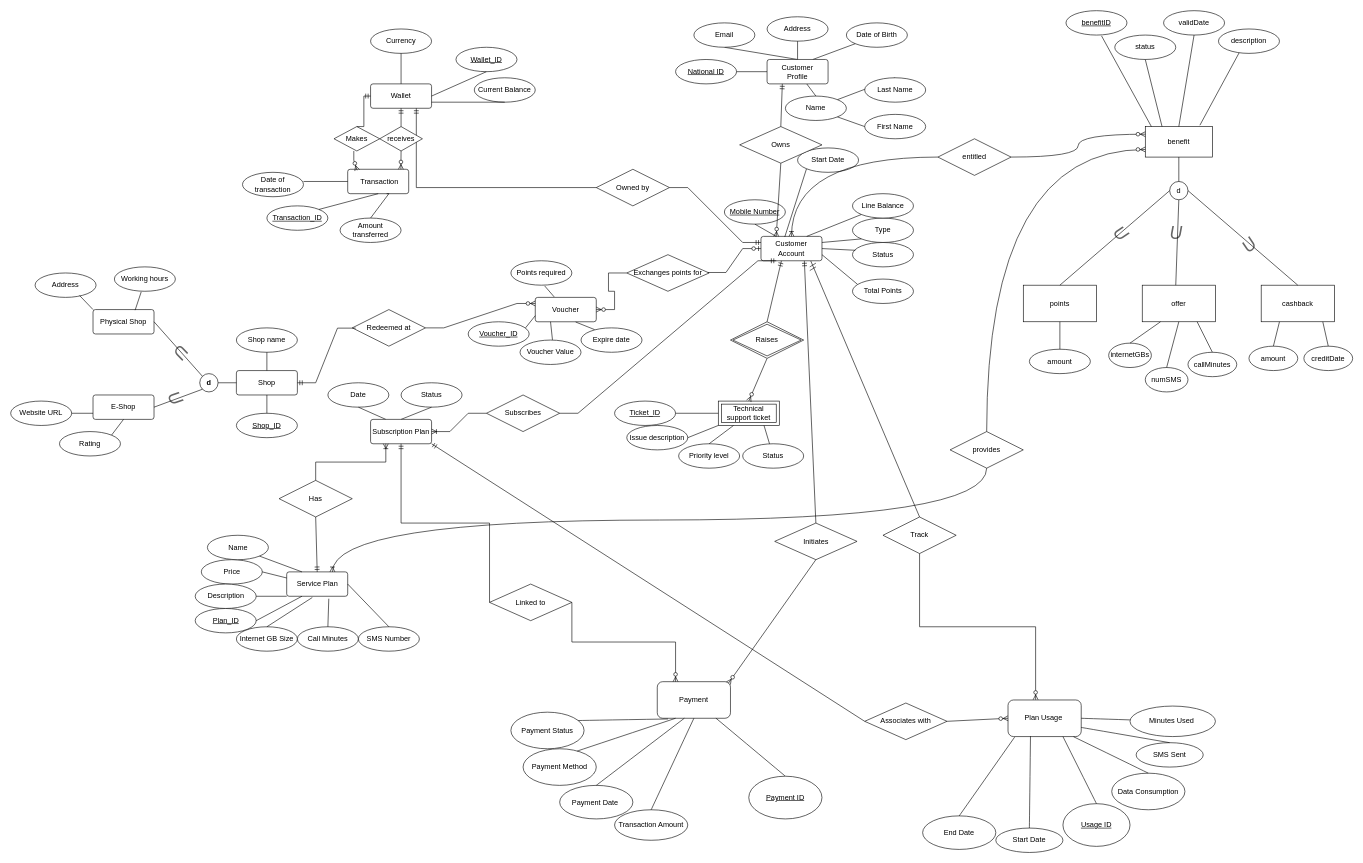
Above: mainERD.drawio in itsfadymate/Customer-Data-Management-System (draw.io), before the change. Source tidied: cells renumbered, new cells numbered last; positions are measured from the earlier drawing's top-left corner, leaving out a move shared by most shapes. Both pictures are drawn from the tidied source at 61%, with x=0, y=0 at pixel (10, 10).
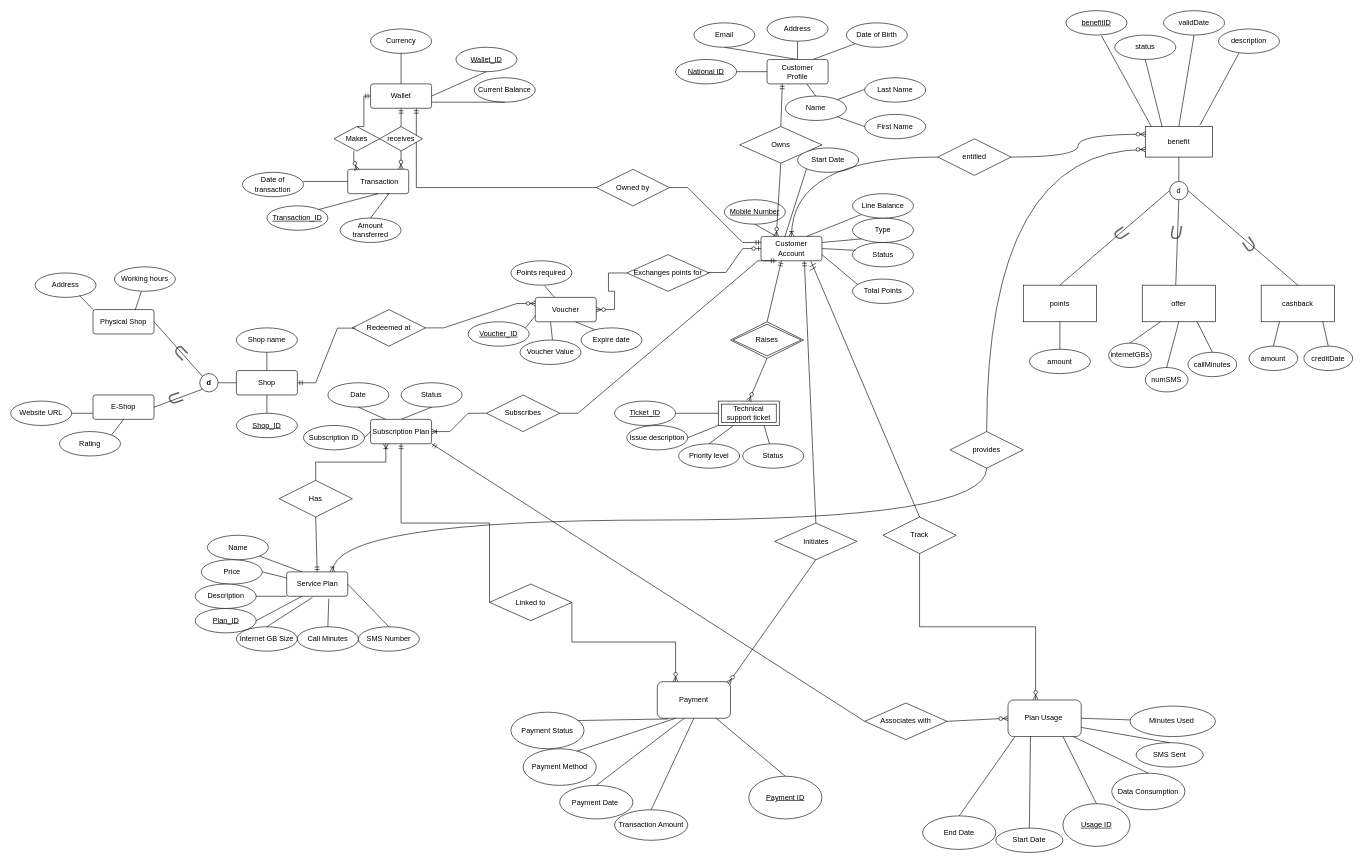
After the change.

Commit message:
added primary key for sub. plan

Unchanged cells that the change refers to:
```xml
<mxCell id="188" value="Subscription Plan" style="rounded=1;arcSize=10;whiteSpace=wrap;html=1;align=center;" parent="1" vertex="1">
  <mxGeometry x="590" y="670" width="100" height="40" as="geometry" />
</mxCell>
```

What changed in the source:
```diff
@@
+    <mxCell id="211" value="Subscription ID" style="ellipse;whiteSpace=wrap;html=1;align=center;" parent="1" vertex="1">
+      <mxGeometry x="480" y="680" width="100" height="40" as="geometry" />
+    </mxCell>
+    <mxCell id="212" style="endArrow=none;html=1;rounded=0;fontFamily=Helvetica;fontSize=12;fontColor=default;fontStyle=4;entryX=0;entryY=0.5;entryDx=0;entryDy=0;exitX=1;exitY=0.5;exitDx=0;exitDy=0;" parent="1" edge="1" source="211" target="188">
+      <mxGeometry relative="1" as="geometry" />
+    </mxCell>
```
